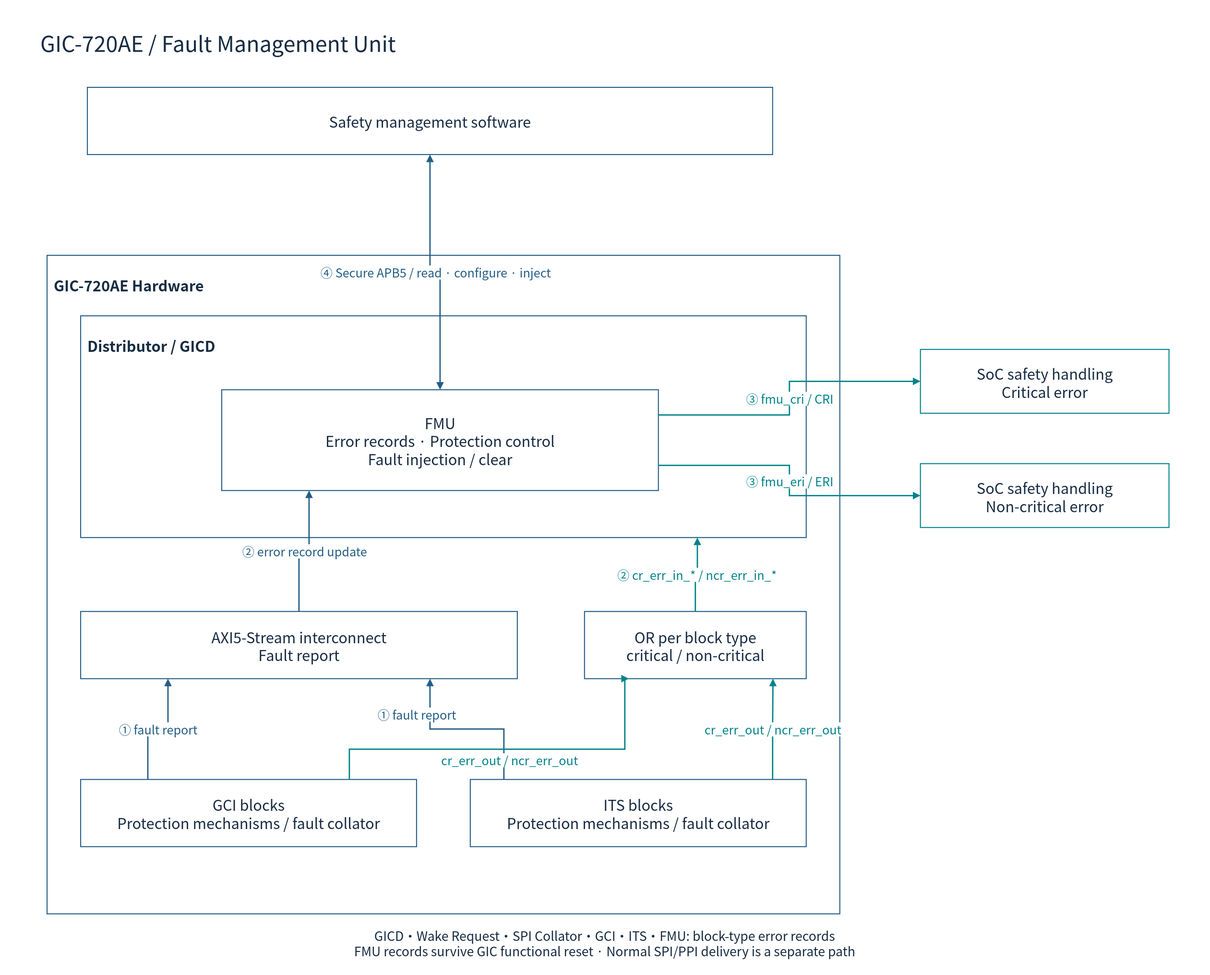
The draw.io diagram doc/phase1/interrupt/diagrams/01c-ap-fmu.drawio.svg in cometzero/project-apollo, before a commit. Source tidied: cells renumbered, new cells last; positions are measured from the earlier drawing's top-left corner, leaving out a move shared by most shapes.
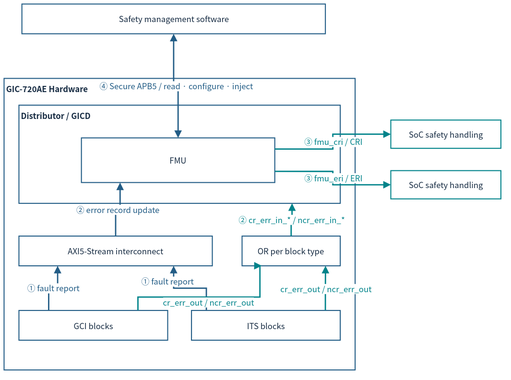
Above is the later version.

The edit, as a diff of the source:
```diff
@@ -2,79 +2,70 @@
   <root>
     <mxCell id="0" />
     <mxCell id="1" parent="0" />
-    <mxCell id="2" style="rounded=0;whiteSpace=wrap;html=1;fillColor=#FFFFFF;strokeColor=none;strokeWidth=1.5;fontColor=#172C43;fontFamily=Noto Sans CJK KR;fontSize=22;spacing=10;" parent="1" vertex="1">
-      <mxGeometry width="1800" height="1450" as="geometry" />
-    </mxCell>
-    <mxCell id="3" value="GIC-720AE / Fault Management Unit" style="rounded=0;whiteSpace=wrap;html=1;fillColor=#FFFFFF;strokeColor=none;strokeWidth=1.5;fontColor=#172C43;fontFamily=Noto Sans CJK KR;fontSize=22;spacing=10;fontSize=32;align=left;" parent="1" vertex="1">
-      <mxGeometry x="50" y="30" width="1700" height="65" as="geometry" />
-    </mxCell>
-    <mxCell id="4" value="Safety management software" style="rounded=0;whiteSpace=wrap;html=1;fillColor=#FFFFFF;strokeColor=#235D86;strokeWidth=1.5;fontColor=#172C43;fontFamily=Noto Sans CJK KR;fontSize=22;spacing=10;" parent="1" vertex="1">
-      <mxGeometry x="130" y="130" width="1020" height="100" as="geometry" />
+    <mxCell id="4" value="Safety management software" style="rounded=0;whiteSpace=wrap;html=1;fillColor=#FFFFFF;strokeColor=#235D86;strokeWidth=1.5;fontColor=#172C43;fontFamily=Noto Sans CJK KR;fontSize=12;spacing=3;whiteSpace=wrap;" parent="1" vertex="1">
+      <mxGeometry x="38.6" y="12" width="452" height="44.3" as="geometry" />
     </mxCell>
-    <mxCell id="5" value="GIC-720AE Hardware" style="rounded=0;whiteSpace=wrap;html=1;fillColor=#FFFFFF;strokeColor=#235D86;strokeWidth=1.5;fontColor=#172C43;fontFamily=Noto Sans CJK KR;fontSize=22;spacing=10;verticalAlign=top;fontStyle=1;spacingTop=16;align=left;" parent="1" vertex="1">
-      <mxGeometry x="70" y="380" width="1180" height="980" as="geometry" />
+    <mxCell id="5" value="GIC-720AE Hardware" style="rounded=0;whiteSpace=wrap;html=1;fillColor=#FFFFFF;strokeColor=#235D86;strokeWidth=1.5;fontColor=#172C43;fontFamily=Noto Sans CJK KR;verticalAlign=top;fontStyle=1;align=left;fontSize=12;spacing=3;whiteSpace=wrap;" parent="1" vertex="1">
+      <mxGeometry x="12" y="122.8" width="522.9" height="434.2" as="geometry" />
     </mxCell>
-    <mxCell id="6" value="Distributor / GICD" style="rounded=0;whiteSpace=wrap;html=1;fillColor=#FFFFFF;strokeColor=#235D86;strokeWidth=1.5;fontColor=#172C43;fontFamily=Noto Sans CJK KR;fontSize=22;spacing=10;verticalAlign=top;fontStyle=1;spacingTop=16;align=left;" parent="1" vertex="1">
-      <mxGeometry x="120" y="470" width="1080" height="330" as="geometry" />
+    <mxCell id="6" value="Distributor / GICD" style="rounded=0;whiteSpace=wrap;html=1;fillColor=#FFFFFF;strokeColor=#235D86;strokeWidth=1.5;fontColor=#172C43;fontFamily=Noto Sans CJK KR;verticalAlign=top;fontStyle=1;align=left;fontSize=12;spacing=3;whiteSpace=wrap;" parent="1" vertex="1">
+      <mxGeometry x="34.2" y="162.7" width="478.6" height="146.2" as="geometry" />
     </mxCell>
-    <mxCell id="7" value="FMU&#10;Error records · Protection control&#10;Fault injection / clear" style="rounded=0;whiteSpace=wrap;html=1;fillColor=#FFFFFF;strokeColor=#235D86;strokeWidth=1.5;fontColor=#172C43;fontFamily=Noto Sans CJK KR;fontSize=22;spacing=10;" parent="1" vertex="1">
-      <mxGeometry x="330" y="580" width="650" height="150" as="geometry" />
+    <mxCell id="7" value="FMU" style="rounded=0;whiteSpace=wrap;html=1;fillColor=#FFFFFF;strokeColor=#235D86;strokeWidth=1.5;fontColor=#172C43;fontFamily=Noto Sans CJK KR;fontSize=12;spacing=3;whiteSpace=wrap;" parent="1" vertex="1">
+      <mxGeometry x="127.2" y="211.4" width="288" height="66.5" as="geometry" />
     </mxCell>
-    <mxCell id="8" value="SoC safety handling&#10;Critical error" style="rounded=0;whiteSpace=wrap;html=1;fillColor=#FFFFFF;strokeColor=#00838A;strokeWidth=1.5;fontColor=#172C43;fontFamily=Noto Sans CJK KR;fontSize=22;spacing=10;" parent="1" vertex="1">
-      <mxGeometry x="1370" y="520" width="370" height="95" as="geometry" />
+    <mxCell id="8" value="SoC safety handling" style="rounded=0;whiteSpace=wrap;html=1;fillColor=#FFFFFF;strokeColor=#00838A;strokeWidth=1.5;fontColor=#172C43;fontFamily=Noto Sans CJK KR;fontSize=12;spacing=3;whiteSpace=wrap;" parent="1" vertex="1">
+      <mxGeometry x="588" y="184.8" width="163.9" height="42.1" as="geometry" />
     </mxCell>
-    <mxCell id="9" value="SoC safety handling&#10;Non-critical error" style="rounded=0;whiteSpace=wrap;html=1;fillColor=#FFFFFF;strokeColor=#00838A;strokeWidth=1.5;fontColor=#172C43;fontFamily=Noto Sans CJK KR;fontSize=22;spacing=10;" parent="1" vertex="1">
-      <mxGeometry x="1370" y="690" width="370" height="95" as="geometry" />
+    <mxCell id="9" value="SoC safety handling" style="rounded=0;whiteSpace=wrap;html=1;fillColor=#FFFFFF;strokeColor=#00838A;strokeWidth=1.5;fontColor=#172C43;fontFamily=Noto Sans CJK KR;fontSize=12;spacing=3;whiteSpace=wrap;" parent="1" vertex="1">
+      <mxGeometry x="588" y="260.1" width="163.9" height="42.1" as="geometry" />
     </mxCell>
-    <mxCell id="10" value="④ Secure APB5 / read · configure · inject" style="edgeStyle=orthogonalEdgeStyle;rounded=0;html=1;endArrow=block;endFill=1;strokeWidth=2;strokeColor=#235D86;fontColor=#235D86;fontFamily=Noto Sans CJK KR;fontSize=18;labelBackgroundColor=#FFFFFF;exitX=0.5;exitY=1;entryX=0.5;entryY=0;startArrow=block;startFill=1;" parent="1" edge="1" source="4" target="7">
+    <mxCell id="10" value="④ Secure APB5 / read · configure · inject" style="edgeStyle=orthogonalEdgeStyle;rounded=0;html=1;endArrow=block;endFill=1;strokeWidth=2;strokeColor=#235D86;fontColor=#235D86;fontFamily=Noto Sans CJK KR;labelBackgroundColor=#FFFFFF;exitX=0.5;exitY=1;entryX=0.5;entryY=0;startArrow=block;startFill=1;fontSize=12;spacing=3;whiteSpace=nowrap;" parent="1" edge="1" source="4" target="7">
       <mxGeometry relative="1" as="geometry" />
     </mxCell>
-    <mxCell id="11" value="③ fmu_cri / CRI" style="edgeStyle=orthogonalEdgeStyle;rounded=0;html=1;endArrow=block;endFill=1;strokeWidth=2;strokeColor=#00838A;fontColor=#00838A;fontFamily=Noto Sans CJK KR;fontSize=18;labelBackgroundColor=#FFFFFF;exitX=1;exitY=0.25;entryX=0;entryY=0.5;" parent="1" edge="1" source="7" target="8">
+    <mxCell id="11" value="③ fmu_cri / CRI" style="edgeStyle=orthogonalEdgeStyle;rounded=0;html=1;endArrow=block;endFill=1;strokeWidth=2;strokeColor=#00838A;fontColor=#00838A;fontFamily=Noto Sans CJK KR;labelBackgroundColor=#FFFFFF;exitX=1;exitY=0.25;entryX=0;entryY=0.5;fontSize=12;spacing=3;whiteSpace=nowrap;" parent="1" edge="1" source="7" target="8">
       <mxGeometry relative="1" as="geometry" />
     </mxCell>
-    <mxCell id="12" value="③ fmu_eri / ERI" style="edgeStyle=orthogonalEdgeStyle;rounded=0;html=1;endArrow=block;endFill=1;strokeWidth=2;strokeColor=#00838A;fontColor=#00838A;fontFamily=Noto Sans CJK KR;fontSize=18;labelBackgroundColor=#FFFFFF;exitX=1;exitY=0.75;entryX=0;entryY=0.5;" parent="1" edge="1" source="7" target="9">
+    <mxCell id="12" value="③ fmu_eri / ERI" style="edgeStyle=orthogonalEdgeStyle;rounded=0;html=1;endArrow=block;endFill=1;strokeWidth=2;strokeColor=#00838A;fontColor=#00838A;fontFamily=Noto Sans CJK KR;labelBackgroundColor=#FFFFFF;exitX=1;exitY=0.75;entryX=0;entryY=0.5;fontSize=12;spacing=3;whiteSpace=nowrap;" parent="1" edge="1" source="7" target="9">
       <mxGeometry relative="1" as="geometry" />
     </mxCell>
-    <mxCell id="13" value="AXI5-Stream interconnect&#10;Fault report" style="rounded=0;whiteSpace=wrap;html=1;fillColor=#FFFFFF;strokeColor=#235D86;strokeWidth=1.5;fontColor=#172C43;fontFamily=Noto Sans CJK KR;fontSize=22;spacing=10;" parent="1" vertex="1">
-      <mxGeometry x="120" y="910" width="650" height="100" as="geometry" />
+    <mxCell id="13" value="AXI5-Stream interconnect" style="rounded=0;whiteSpace=wrap;html=1;fillColor=#FFFFFF;strokeColor=#235D86;strokeWidth=1.5;fontColor=#172C43;fontFamily=Noto Sans CJK KR;fontSize=12;spacing=3;whiteSpace=wrap;" parent="1" vertex="1">
+      <mxGeometry x="34.2" y="357.6" width="288" height="44.3" as="geometry" />
     </mxCell>
-    <mxCell id="14" value="OR per block type&#10;critical / non-critical" style="rounded=0;whiteSpace=wrap;html=1;fillColor=#FFFFFF;strokeColor=#235D86;strokeWidth=1.5;fontColor=#172C43;fontFamily=Noto Sans CJK KR;fontSize=22;spacing=10;" parent="1" vertex="1">
-      <mxGeometry x="870" y="910" width="330" height="100" as="geometry" />
+    <mxCell id="14" value="OR per block type" style="rounded=0;whiteSpace=wrap;html=1;fillColor=#FFFFFF;strokeColor=#235D86;strokeWidth=1.5;fontColor=#172C43;fontFamily=Noto Sans CJK KR;fontSize=12;spacing=3;whiteSpace=wrap;" parent="1" vertex="1">
+      <mxGeometry x="366.5" y="357.6" width="146.2" height="44.3" as="geometry" />
     </mxCell>
-    <mxCell id="15" value="GCI blocks&#10;Protection mechanisms / fault collator" style="rounded=0;whiteSpace=wrap;html=1;fillColor=#FFFFFF;strokeColor=#235D86;strokeWidth=1.5;fontColor=#172C43;fontFamily=Noto Sans CJK KR;fontSize=22;spacing=10;" parent="1" vertex="1">
-      <mxGeometry x="120" y="1160" width="500" height="100" as="geometry" />
+    <mxCell id="15" value="GCI blocks" style="rounded=0;whiteSpace=wrap;html=1;fillColor=#FFFFFF;strokeColor=#235D86;strokeWidth=1.5;fontColor=#172C43;fontFamily=Noto Sans CJK KR;fontSize=12;spacing=3;whiteSpace=wrap;" parent="1" vertex="1">
+      <mxGeometry x="34.2" y="468.4" width="221.6" height="44.3" as="geometry" />
     </mxCell>
-    <mxCell id="16" value="ITS blocks&#10;Protection mechanisms / fault collator" style="rounded=0;whiteSpace=wrap;html=1;fillColor=#FFFFFF;strokeColor=#235D86;strokeWidth=1.5;fontColor=#172C43;fontFamily=Noto Sans CJK KR;fontSize=22;spacing=10;" parent="1" vertex="1">
-      <mxGeometry x="700" y="1160" width="500" height="100" as="geometry" />
+    <mxCell id="16" value="ITS blocks" style="rounded=0;whiteSpace=wrap;html=1;fillColor=#FFFFFF;strokeColor=#235D86;strokeWidth=1.5;fontColor=#172C43;fontFamily=Noto Sans CJK KR;fontSize=12;spacing=3;whiteSpace=wrap;" parent="1" vertex="1">
+      <mxGeometry x="291.2" y="468.4" width="221.6" height="44.3" as="geometry" />
     </mxCell>
-    <mxCell id="17" value="① fault report" style="edgeStyle=orthogonalEdgeStyle;rounded=0;html=1;endArrow=block;endFill=1;strokeWidth=2;strokeColor=#235D86;fontColor=#235D86;fontFamily=Noto Sans CJK KR;fontSize=18;labelBackgroundColor=#FFFFFF;exitX=0.2;exitY=0;entryX=0.2;entryY=1;" parent="1" edge="1" source="15" target="13">
+    <mxCell id="17" value="① fault report" style="edgeStyle=orthogonalEdgeStyle;rounded=0;html=1;endArrow=block;endFill=1;strokeWidth=2;strokeColor=#235D86;fontColor=#235D86;fontFamily=Noto Sans CJK KR;labelBackgroundColor=#FFFFFF;exitX=0.2;exitY=0;entryX=0.2;entryY=1;fontSize=12;spacing=3;whiteSpace=nowrap;" parent="1" edge="1" source="15" target="13">
       <mxGeometry relative="1" as="geometry" />
     </mxCell>
-    <mxCell id="18" value="① fault report" style="edgeStyle=orthogonalEdgeStyle;rounded=0;html=1;endArrow=block;endFill=1;strokeWidth=2;strokeColor=#235D86;fontColor=#235D86;fontFamily=Noto Sans CJK KR;fontSize=18;labelBackgroundColor=#FFFFFF;exitX=0.1;exitY=0;entryX=0.8;entryY=1;" parent="1" edge="1" source="16" target="13">
+    <mxCell id="18" value="① fault report" style="edgeStyle=orthogonalEdgeStyle;rounded=0;html=1;endArrow=block;endFill=1;strokeWidth=2;strokeColor=#235D86;fontColor=#235D86;fontFamily=Noto Sans CJK KR;labelBackgroundColor=#FFFFFF;exitX=0.1;exitY=0;entryX=0.8;entryY=1;fontSize=12;spacing=3;whiteSpace=nowrap;" parent="1" edge="1" source="16" target="13">
       <mxGeometry relative="1" as="geometry">
-        <mxPoint x="-75" y="-22" as="offset" />
+        <mxPoint x="-33.2" y="-9.8" as="offset" />
       </mxGeometry>
     </mxCell>
-    <mxCell id="19" value="② error record update" style="edgeStyle=orthogonalEdgeStyle;rounded=0;html=1;endArrow=block;endFill=1;strokeWidth=2;strokeColor=#235D86;fontColor=#235D86;fontFamily=Noto Sans CJK KR;fontSize=18;labelBackgroundColor=#FFFFFF;exitX=0.5;exitY=0;entryX=0.2;entryY=1;" parent="1" edge="1" source="13" target="7">
+    <mxCell id="19" value="② error record update" style="edgeStyle=orthogonalEdgeStyle;rounded=0;html=1;endArrow=block;endFill=1;strokeWidth=2;strokeColor=#235D86;fontColor=#235D86;fontFamily=Noto Sans CJK KR;labelBackgroundColor=#FFFFFF;exitX=0.5;exitY=0;entryX=0.2;entryY=1;fontSize=12;spacing=3;whiteSpace=nowrap;" parent="1" edge="1" source="13" target="7">
       <mxGeometry relative="1" as="geometry" />
     </mxCell>
-    <mxCell id="20" value="cr_err_out / ncr_err_out" style="edgeStyle=orthogonalEdgeStyle;rounded=0;html=1;endArrow=block;endFill=1;strokeWidth=2;strokeColor=#00838A;fontColor=#00838A;fontFamily=Noto Sans CJK KR;fontSize=18;labelBackgroundColor=#FFFFFF;exitX=0.8;exitY=0;entryX=0.2;entryY=1;" parent="1" edge="1" source="15" target="14">
+    <mxCell id="20" value="cr_err_out / ncr_err_out" style="edgeStyle=orthogonalEdgeStyle;rounded=0;html=1;endArrow=block;endFill=1;strokeWidth=2;strokeColor=#00838A;fontColor=#00838A;fontFamily=Noto Sans CJK KR;labelBackgroundColor=#FFFFFF;exitX=0.8;exitY=0;entryX=0.2;entryY=1;fontSize=12;spacing=3;whiteSpace=nowrap;" parent="1" edge="1" source="15" target="14">
       <mxGeometry relative="1" as="geometry">
         <Array as="points">
-          <mxPoint x="520" y="1115" />
-          <mxPoint x="930" y="1115" />
+          <mxPoint x="211.4" y="448.5" />
+          <mxPoint x="393.1" y="448.5" />
         </Array>
-        <mxPoint y="16" as="offset" />
+        <mxPoint y="7.1" as="offset" />
       </mxGeometry>
     </mxCell>
-    <mxCell id="21" value="cr_err_out / ncr_err_out" style="edgeStyle=orthogonalEdgeStyle;rounded=0;html=1;endArrow=block;endFill=1;strokeWidth=2;strokeColor=#00838A;fontColor=#00838A;fontFamily=Noto Sans CJK KR;fontSize=18;labelBackgroundColor=#FFFFFF;exitX=0.9;exitY=0;entryX=0.85;entryY=1;" parent="1" edge="1" source="16" target="14">
+    <mxCell id="21" value="cr_err_out / ncr_err_out" style="edgeStyle=orthogonalEdgeStyle;rounded=0;html=1;endArrow=block;endFill=1;strokeWidth=2;strokeColor=#00838A;fontColor=#00838A;fontFamily=Noto Sans CJK KR;labelBackgroundColor=#FFFFFF;exitX=0.9;exitY=0;entryX=0.85;entryY=1;fontSize=12;spacing=3;whiteSpace=nowrap;" parent="1" edge="1" source="16" target="14">
       <mxGeometry relative="1" as="geometry" />
     </mxCell>
-    <mxCell id="22" value="② cr_err_in_* / ncr_err_in_*" style="edgeStyle=orthogonalEdgeStyle;rounded=0;html=1;endArrow=block;endFill=1;strokeWidth=2;strokeColor=#00838A;fontColor=#00838A;fontFamily=Noto Sans CJK KR;fontSize=18;labelBackgroundColor=#FFFFFF;exitX=0.5;exitY=0;entryX=0.85;entryY=1;" parent="1" edge="1" source="14" target="6">
+    <mxCell id="22" value="② cr_err_in_* / ncr_err_in_*" style="edgeStyle=orthogonalEdgeStyle;rounded=0;html=1;endArrow=block;endFill=1;strokeWidth=2;strokeColor=#00838A;fontColor=#00838A;fontFamily=Noto Sans CJK KR;labelBackgroundColor=#FFFFFF;exitX=0.5;exitY=0;entryX=0.85;entryY=1;fontSize=12;spacing=3;whiteSpace=nowrap;" parent="1" edge="1" source="14" target="6">
       <mxGeometry relative="1" as="geometry" />
     </mxCell>
-    <mxCell id="23" value="GICD・Wake Request・SPI Collator・GCI・ITS・FMU: block-type error records&#10;FMU records survive GIC functional reset · Normal SPI/PPI delivery is a separate path" style="rounded=0;whiteSpace=wrap;html=1;fillColor=#FFFFFF;strokeColor=none;strokeWidth=1.5;fontColor=#172C43;fontFamily=Noto Sans CJK KR;fontSize=22;spacing=10;fontSize=19;" parent="1" vertex="1">
-      <mxGeometry x="70" y="1370" width="1660" height="65" as="geometry" />
-    </mxCell>
   </root>
 </mxGraphModel>
```
